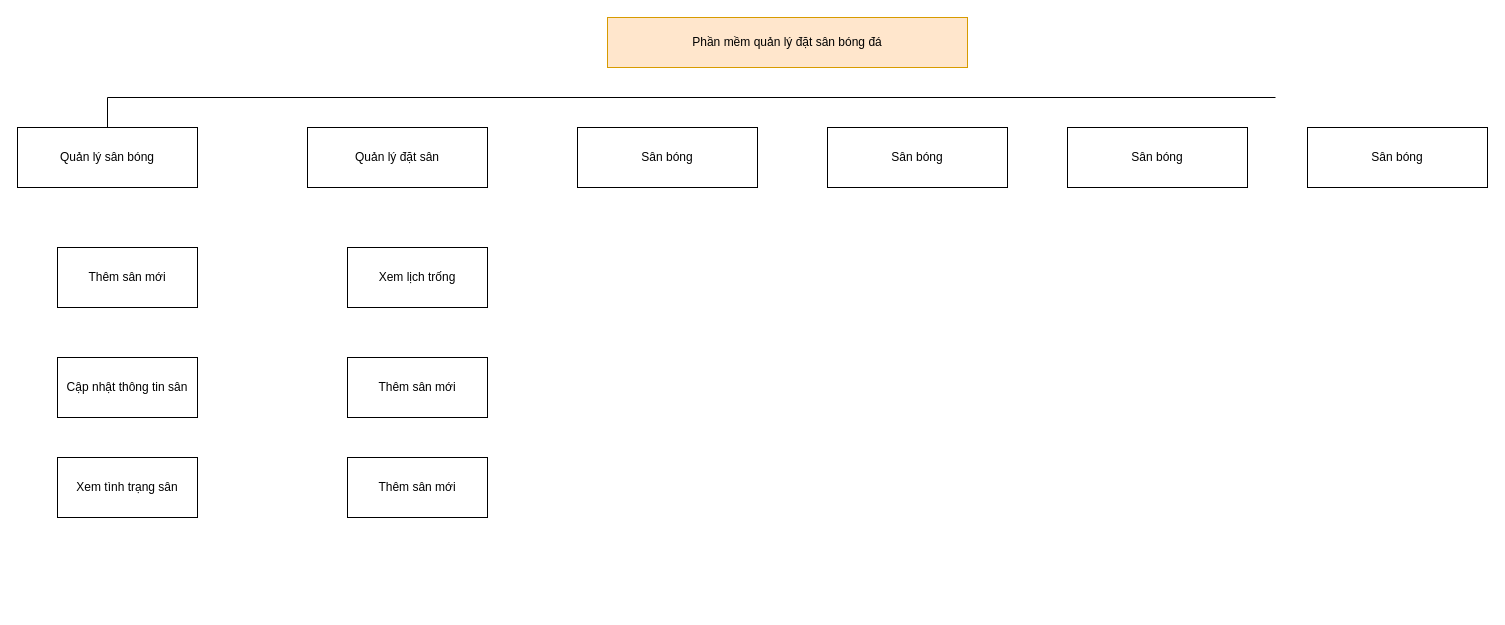
This is Sân bóng.drawio from FlashTM123/assignment, a draw.io file, before an edit. Source tidied: cells renumbered, new cells numbered last; positions are measured from the earlier drawing's top-left corner, leaving out a move shared by most shapes. Both pictures are drawn from the tidied source at 100%, with x=0, y=0 at pixel (17, 17).
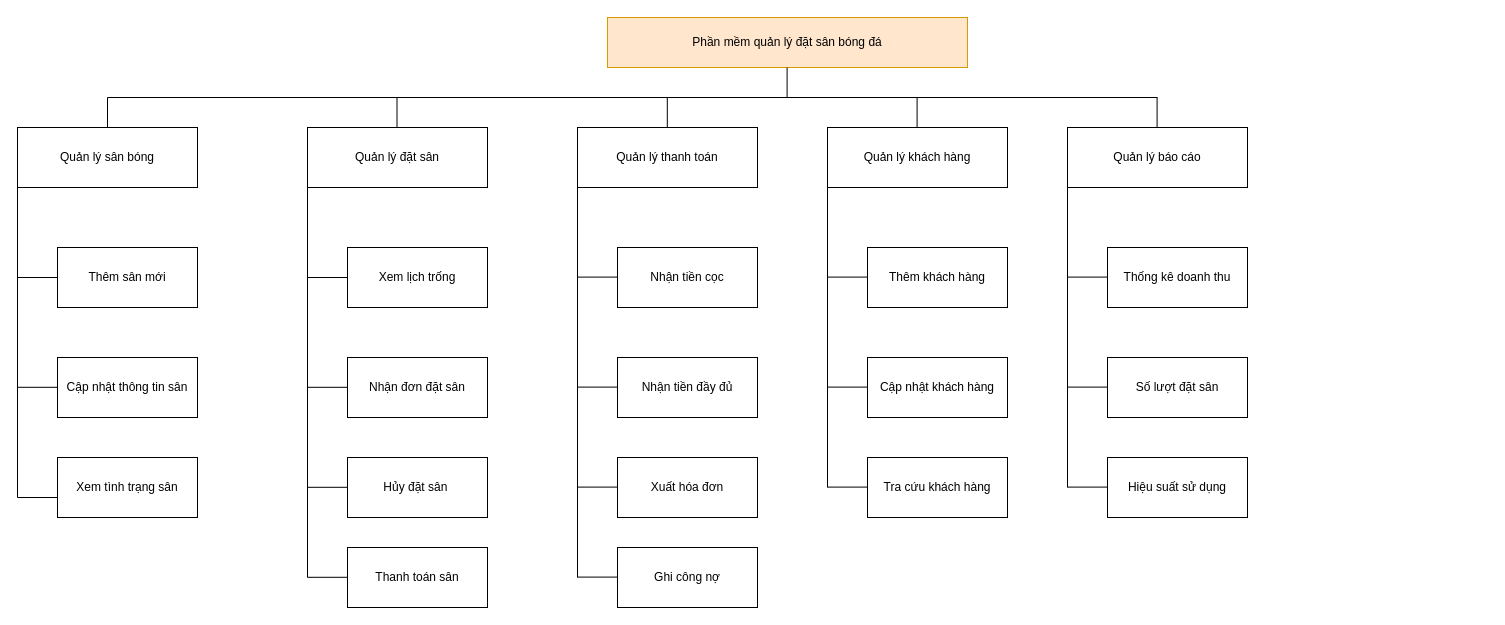
Above is the later version.

Unchanged cells that the change refers to:
```xml
<mxCell id="3" value="Quản lý sân bóng" style="rounded=0;whiteSpace=wrap;html=1;" parent="1" vertex="1">
  <mxGeometry y="110" width="180" height="60" as="geometry" />
</mxCell>
<mxCell id="11" value="Thêm sân mới" style="rounded=0;whiteSpace=wrap;html=1;" parent="1" vertex="1">
  <mxGeometry x="40" y="230" width="140" height="60" as="geometry" />
</mxCell>
<mxCell id="14" value="Xem lịch trống" style="rounded=0;whiteSpace=wrap;html=1;" parent="1" vertex="1">
  <mxGeometry x="330" y="230" width="140" height="60" as="geometry" />
</mxCell>
```

What changed in the source:
```diff
@@
-    <mxCell id="5" value="Sân bóng" style="rounded=0;whiteSpace=wrap;html=1;" parent="1" vertex="1">
+    <mxCell id="5" value="Quản lý thanh toán" style="rounded=0;whiteSpace=wrap;html=1;" parent="1" vertex="1">
       <mxGeometry x="560" y="110" width="180" height="60" as="geometry" />
     </mxCell>
-    <mxCell id="6" value="Sân bóng" style="rounded=0;whiteSpace=wrap;html=1;" parent="1" vertex="1">
+    <mxCell id="6" value="Quản lý khách hàng" style="rounded=0;whiteSpace=wrap;html=1;" parent="1" vertex="1">
       <mxGeometry x="810" y="110" width="180" height="60" as="geometry" />
     </mxCell>
-    <mxCell id="7" value="Sân bóng" style="rounded=0;whiteSpace=wrap;html=1;" parent="1" vertex="1">
+    <mxCell id="7" value="Quản lý báo cáo" style="rounded=0;whiteSpace=wrap;html=1;" parent="1" vertex="1">
       <mxGeometry x="1050" y="110" width="180" height="60" as="geometry" />
     </mxCell>
-    <mxCell id="8" value="Sân bóng" style="rounded=0;whiteSpace=wrap;html=1;" parent="1" vertex="1">
-      <mxGeometry x="1290" y="110" width="180" height="60" as="geometry" />
-    </mxCell>
     <mxCell id="9" style="endArrow=none;html=1;rounded=0;" parent="1" edge="1">
       <mxGeometry relative="1" as="geometry">
         <mxPoint x="90" y="80" as="sourcePoint" />
-        <mxPoint x="1258" y="80" as="targetPoint" />
+        <mxPoint x="1140" y="80" as="targetPoint" />
       </mxGeometry>
     </mxCell>
@@
-    <mxCell id="15" value="Thêm sân mới" style="rounded=0;whiteSpace=wrap;html=1;" parent="1" vertex="1">
+    <mxCell id="15" value="Nhận đơn đặt sân" style="rounded=0;whiteSpace=wrap;html=1;" parent="1" vertex="1">
       <mxGeometry x="330" y="340" width="140" height="60" as="geometry" />
     </mxCell>
-    <mxCell id="16" value="Thêm sân mới" style="rounded=0;whiteSpace=wrap;html=1;" parent="1" vertex="1">
+    <mxCell id="16" value="Hủy đặt sân&amp;nbsp;" style="rounded=0;whiteSpace=wrap;html=1;" parent="1" vertex="1">
       <mxGeometry x="330" y="440" width="140" height="60" as="geometry" />
     </mxCell>
+    <mxCell id="17" style="endArrow=none;html=1;rounded=0;exitX=0.5;exitY=0;exitDx=0;exitDy=0;" parent="1" edge="1">
+      <mxGeometry relative="1" as="geometry">
+        <mxPoint x="379.5" y="110" as="sourcePoint" />
+        <mxPoint x="379.5" y="80" as="targetPoint" />
+      </mxGeometry>
+    </mxCell>
+    <mxCell id="18" value="Thanh toán sân" style="rounded=0;whiteSpace=wrap;html=1;" parent="1" vertex="1">
+      <mxGeometry x="330" y="530" width="140" height="60" as="geometry" />
+    </mxCell>
+    <mxCell id="19" value="Nhận tiền cọc" style="rounded=0;whiteSpace=wrap;html=1;" parent="1" vertex="1">
+      <mxGeometry x="600" y="230" width="140" height="60" as="geometry" />
+    </mxCell>
+    <mxCell id="20" value="Nhận tiền đầy đủ" style="rounded=0;whiteSpace=wrap;html=1;" parent="1" vertex="1">
+      <mxGeometry x="600" y="340" width="140" height="60" as="geometry" />
+    </mxCell>
+    <mxCell id="21" value="Xuất hóa đơn" style="rounded=0;whiteSpace=wrap;html=1;" parent="1" vertex="1">
+      <mxGeometry x="600" y="440" width="140" height="60" as="geometry" />
+    </mxCell>
+    <mxCell id="22" value="Ghi công nợ" style="rounded=0;whiteSpace=wrap;html=1;" parent="1" vertex="1">
+      <mxGeometry x="600" y="530" width="140" height="60" as="geometry" />
+    </mxCell>
+    <mxCell id="23" style="endArrow=none;html=1;rounded=0;exitX=0;exitY=1;exitDx=0;exitDy=0;" parent="1" edge="1" source="3">
+      <mxGeometry relative="1" as="geometry">
+        <mxPoint y="480" as="targetPoint" />
+      </mxGeometry>
+    </mxCell>
+    <mxCell id="24" style="endArrow=none;html=1;rounded=0;entryX=0;entryY=0.5;entryDx=0;entryDy=0;" parent="1" edge="1" target="11">
+      <mxGeometry relative="1" as="geometry">
+        <mxPoint y="260" as="sourcePoint" />
+      </mxGeometry>
+    </mxCell>
+    <mxCell id="25" style="endArrow=none;html=1;rounded=0;entryX=0;entryY=0.5;entryDx=0;entryDy=0;" parent="1" edge="1">
+      <mxGeometry relative="1" as="geometry">
+        <mxPoint y="369.8" as="sourcePoint" />
+        <mxPoint x="40" y="369.8" as="targetPoint" />
+      </mxGeometry>
+    </mxCell>
+    <mxCell id="26" style="endArrow=none;html=1;rounded=0;entryX=0;entryY=0.5;entryDx=0;entryDy=0;" parent="1" edge="1">
+      <mxGeometry relative="1" as="geometry">
+        <mxPoint y="480" as="sourcePoint" />
+        <mxPoint x="40" y="480" as="targetPoint" />
+      </mxGeometry>
+    </mxCell>
+    <mxCell id="27" style="endArrow=none;html=1;rounded=0;exitX=0;exitY=1;exitDx=0;exitDy=0;" parent="1" edge="1">
+      <mxGeometry relative="1" as="geometry">
+        <mxPoint x="290" y="170" as="sourcePoint" />
+        <mxPoint x="290" y="560" as="targetPoint" />
+      </mxGeometry>
+    </mxCell>
+    <mxCell id="28" style="endArrow=none;html=1;rounded=0;entryX=0;entryY=0.5;entryDx=0;entryDy=0;" parent="1" edge="1" target="14">
+      <mxGeometry relative="1" as="geometry">
+        <mxPoint x="290" y="260" as="sourcePoint" />
+      </mxGeometry>
+    </mxCell>
+    <mxCell id="29" style="endArrow=none;html=1;rounded=0;entryX=0;entryY=0.5;entryDx=0;entryDy=0;" parent="1" edge="1">
+      <mxGeometry relative="1" as="geometry">
+        <mxPoint x="290" y="469.8" as="sourcePoint" />
+        <mxPoint x="330" y="469.8" as="targetPoint" />
+      </mxGeometry>
+    </mxCell>
+    <mxCell id="30" style="endArrow=none;html=1;rounded=0;entryX=0;entryY=0.5;entryDx=0;entryDy=0;" parent="1" edge="1">
+      <mxGeometry relative="1" as="geometry">
+        <mxPoint x="290" y="369.8" as="sourcePoint" />
+        <mxPoint x="330" y="369.8" as="targetPoint" />
+      </mxGeometry>
+    </mxCell>
+    <mxCell id="31" style="endArrow=none;html=1;rounded=0;entryX=0;entryY=0.5;entryDx=0;entryDy=0;" parent="1" edge="1">
+      <mxGeometry relative="1" as="geometry">
+        <mxPoint x="290" y="559.8" as="sourcePoint" />
+        <mxPoint x="330" y="559.8" as="targetPoint" />
+      </mxGeometry>
+    </mxCell>
+    <mxCell id="32" style="endArrow=none;html=1;rounded=0;exitX=0.5;exitY=0;exitDx=0;exitDy=0;" parent="1" edge="1">
+      <mxGeometry relative="1" as="geometry">
+        <mxPoint x="649.8" y="110" as="sourcePoint" />
+        <mxPoint x="649.8" y="80" as="targetPoint" />
+      </mxGeometry>
+    </mxCell>
+    <mxCell id="33" style="endArrow=none;html=1;rounded=0;exitX=0.5;exitY=0;exitDx=0;exitDy=0;" parent="1" edge="1">
+      <mxGeometry relative="1" as="geometry">
+        <mxPoint x="769.6" y="80" as="sourcePoint" />
+        <mxPoint x="769.6" y="50" as="targetPoint" />
+      </mxGeometry>
+    </mxCell>
+    <mxCell id="34" style="endArrow=none;html=1;rounded=0;exitX=0;exitY=1;exitDx=0;exitDy=0;" parent="1" edge="1">
+      <mxGeometry relative="1" as="geometry">
+        <mxPoint x="560" y="170" as="sourcePoint" />
+        <mxPoint x="560" y="560" as="targetPoint" />
+      </mxGeometry>
+    </mxCell>
+    <mxCell id="35" style="endArrow=none;html=1;rounded=0;entryX=0;entryY=0.5;entryDx=0;entryDy=0;" parent="1" edge="1">
+      <mxGeometry relative="1" as="geometry">
+        <mxPoint x="560" y="259.6" as="sourcePoint" />
+        <mxPoint x="600" y="259.6" as="targetPoint" />
+      </mxGeometry>
+    </mxCell>
+    <mxCell id="36" style="endArrow=none;html=1;rounded=0;entryX=0;entryY=0.5;entryDx=0;entryDy=0;" parent="1" edge="1">
+      <mxGeometry relative="1" as="geometry">
+        <mxPoint x="560" y="369.6" as="sourcePoint" />
+        <mxPoint x="600" y="369.6" as="targetPoint" />
+      </mxGeometry>
+    </mxCell>
+    <mxCell id="37" style="endArrow=none;html=1;rounded=0;entryX=0;entryY=0.5;entryDx=0;entryDy=0;" parent="1" edge="1">
+      <mxGeometry relative="1" as="geometry">
+        <mxPoint x="560" y="469.6" as="sourcePoint" />
+        <mxPoint x="600" y="469.6" as="targetPoint" />
+      </mxGeometry>
+    </mxCell>
+    <mxCell id="38" style="endArrow=none;html=1;rounded=0;entryX=0;entryY=0.5;entryDx=0;entryDy=0;" parent="1" edge="1">
+      <mxGeometry relative="1" as="geometry">
+        <mxPoint x="560" y="559.6" as="sourcePoint" />
+        <mxPoint x="600" y="559.6" as="targetPoint" />
+      </mxGeometry>
+    </mxCell>
+    <mxCell id="39" value="Thêm khách hàng" style="rounded=0;whiteSpace=wrap;html=1;" parent="1" vertex="1">
+      <mxGeometry x="850" y="230" width="140" height="60" as="geometry" />
+    </mxCell>
+    <mxCell id="40" value="Cập nhật khách hàng" style="rounded=0;whiteSpace=wrap;html=1;" parent="1" vertex="1">
+      <mxGeometry x="850" y="340" width="140" height="60" as="geometry" />
+    </mxCell>
+    <mxCell id="41" value="Tra cứu khách hàng" style="rounded=0;whiteSpace=wrap;html=1;" parent="1" vertex="1">
+      <mxGeometry x="850" y="440" width="140" height="60" as="geometry" />
+    </mxCell>
+    <mxCell id="42" style="endArrow=none;html=1;rounded=0;exitX=0;exitY=1;exitDx=0;exitDy=0;" parent="1" edge="1">
+      <mxGeometry relative="1" as="geometry">
+        <mxPoint x="810" y="170" as="sourcePoint" />
+        <mxPoint x="810" y="470" as="targetPoint" />
+      </mxGeometry>
+    </mxCell>
+    <mxCell id="43" style="endArrow=none;html=1;rounded=0;entryX=0;entryY=0.5;entryDx=0;entryDy=0;" parent="1" edge="1">
+      <mxGeometry relative="1" as="geometry">
+        <mxPoint x="810" y="259.6" as="sourcePoint" />
+        <mxPoint x="850" y="259.6" as="targetPoint" />
+      </mxGeometry>
+    </mxCell>
+    <mxCell id="44" style="endArrow=none;html=1;rounded=0;entryX=0;entryY=0.5;entryDx=0;entryDy=0;" parent="1" edge="1">
+      <mxGeometry relative="1" as="geometry">
+        <mxPoint x="810" y="369.6" as="sourcePoint" />
+        <mxPoint x="850" y="369.6" as="targetPoint" />
+      </mxGeometry>
+    </mxCell>
+    <mxCell id="45" style="endArrow=none;html=1;rounded=0;entryX=0;entryY=0.5;entryDx=0;entryDy=0;" parent="1" edge="1">
+      <mxGeometry relative="1" as="geometry">
+        <mxPoint x="810" y="469.6" as="sourcePoint" />
+        <mxPoint x="850" y="469.6" as="targetPoint" />
+      </mxGeometry>
+    </mxCell>
+    <mxCell id="46" value="Thống kê doanh thu" style="rounded=0;whiteSpace=wrap;html=1;" parent="1" vertex="1">
+      <mxGeometry x="1090" y="230" width="140" height="60" as="geometry" />
+    </mxCell>
+    <mxCell id="47" value="Số lượt đặt sân" style="rounded=0;whiteSpace=wrap;html=1;" parent="1" vertex="1">
+      <mxGeometry x="1090" y="340" width="140" height="60" as="geometry" />
+    </mxCell>
+    <mxCell id="48" value="Hiệu suất sử dụng" style="rounded=0;whiteSpace=wrap;html=1;" parent="1" vertex="1">
+      <mxGeometry x="1090" y="440" width="140" height="60" as="geometry" />
+    </mxCell>
+    <mxCell id="49" style="endArrow=none;html=1;rounded=0;exitX=0;exitY=1;exitDx=0;exitDy=0;" parent="1" edge="1">
+      <mxGeometry relative="1" as="geometry">
+        <mxPoint x="1050" y="170" as="sourcePoint" />
+        <mxPoint x="1050" y="470" as="targetPoint" />
+      </mxGeometry>
+    </mxCell>
+    <mxCell id="50" style="endArrow=none;html=1;rounded=0;entryX=0;entryY=0.5;entryDx=0;entryDy=0;" parent="1" edge="1">
+      <mxGeometry relative="1" as="geometry">
+        <mxPoint x="1050" y="259.6" as="sourcePoint" />
+        <mxPoint x="1090" y="259.6" as="targetPoint" />
+      </mxGeometry>
+    </mxCell>
+    <mxCell id="51" style="endArrow=none;html=1;rounded=0;entryX=0;entryY=0.5;entryDx=0;entryDy=0;" parent="1" edge="1">
+      <mxGeometry relative="1" as="geometry">
+        <mxPoint x="1050" y="369.6" as="sourcePoint" />
+        <mxPoint x="1090" y="369.6" as="targetPoint" />
+      </mxGeometry>
+    </mxCell>
+    <mxCell id="52" style="endArrow=none;html=1;rounded=0;entryX=0;entryY=0.5;entryDx=0;entryDy=0;" parent="1" edge="1">
+      <mxGeometry relative="1" as="geometry">
+        <mxPoint x="1050" y="469.6" as="sourcePoint" />
+        <mxPoint x="1090" y="469.6" as="targetPoint" />
+      </mxGeometry>
+    </mxCell>
+    <mxCell id="53" style="endArrow=none;html=1;rounded=0;exitX=0.5;exitY=0;exitDx=0;exitDy=0;" parent="1" edge="1">
+      <mxGeometry relative="1" as="geometry">
+        <mxPoint x="899.6" y="110" as="sourcePoint" />
+        <mxPoint x="899.6" y="80" as="targetPoint" />
+      </mxGeometry>
+    </mxCell>
+    <mxCell id="54" style="endArrow=none;html=1;rounded=0;exitX=0.5;exitY=0;exitDx=0;exitDy=0;" parent="1" edge="1">
+      <mxGeometry relative="1" as="geometry">
+        <mxPoint x="1139.6" y="110" as="sourcePoint" />
+        <mxPoint x="1139.6" y="80" as="targetPoint" />
+      </mxGeometry>
+    </mxCell>
```
